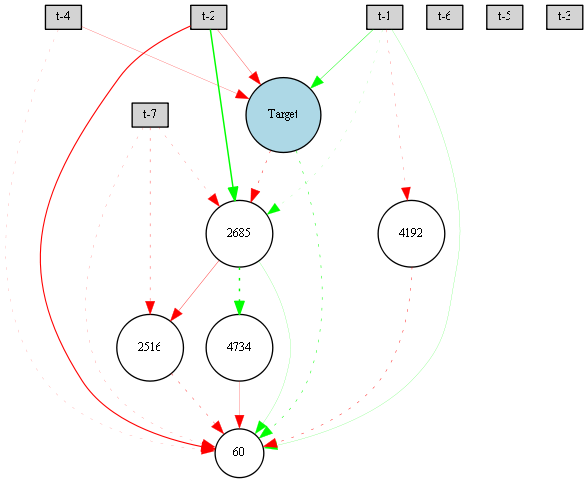
The Graphviz diagram lynx/Digraph.gv.png in lafengxiaoyu/ENN, before a commit. Its source is kept beside it as lynx/Digraph.gv.
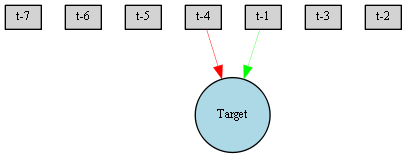
After the commit.

Diff of the diagram source:
```diff
@@ -8,29 +8,6 @@
 	"t-2" [fillcolor=lightgray shape=box style=filled]
 	"t-1" [fillcolor=lightgray shape=box style=filled]
 	Target [fillcolor=lightblue style=filled]
-	4192 [fillcolor=white style=filled]
-	2516 [fillcolor=white style=filled]
-	60 [fillcolor=white style=filled]
-	2685 [fillcolor=white style=filled]
-	4734 [fillcolor=white style=filled]
-	"t-7" -> 60 [color=red penwidth=0.13034931660645588 style=dotted]
-	"t-2" -> 60 [color=red penwidth=0.8271284733938301 style=solid]
-	"t-1" -> 60 [color=green penwidth=0.13301844843259014 style=solid]
-	"t-4" -> Target [color=red penwidth=0.17343410747757315 style=solid]
-	"t-1" -> Target [color=green penwidth=0.339091465487949 style=solid]
-	"t-7" -> 2516 [color=red penwidth=0.2630496038985005 style=dotted]
-	2516 -> 60 [color=red penwidth=0.27776733343630955 style=dotted]
-	"t-1" -> 2685 [color=green penwidth=0.10227628055601506 style=dotted]
-	2685 -> 60 [color=green penwidth=0.12783884952621996 style=solid]
-	"t-4" -> 60 [color=red penwidth=0.10404642714354259 style=dotted]
-	Target -> 60 [color=green penwidth=0.38103456548951986 style=dotted]
-	Target -> 2685 [color=red penwidth=0.34387333671103115 style=dotted]
-	"t-1" -> 4192 [color=red penwidth=0.17217821217165777 style=dotted]
-	4192 -> 60 [color=red penwidth=0.32813280634837005 style=dotted]
-	"t-2" -> 2685 [color=green penwidth=1.1 style=solid]
-	"t-7" -> 2685 [color=red penwidth=0.1474834504268817 style=dotted]
-	2685 -> 4734 [color=green penwidth=1.0429271458109974 style=dotted]
-	4734 -> 60 [color=red penwidth=0.2025546052090738 style=solid]
-	2685 -> 2516 [color=red penwidth=0.27508967102570014 style=solid]
-	"t-2" -> Target [color=red penwidth=0.24147492360602435 style=solid]
+	"t-4" -> Target [color=red penwidth=0.34608363957521127 style=solid]
+	"t-1" -> Target [color=green penwidth=0.24710208570951217 style=solid]
 }
```
